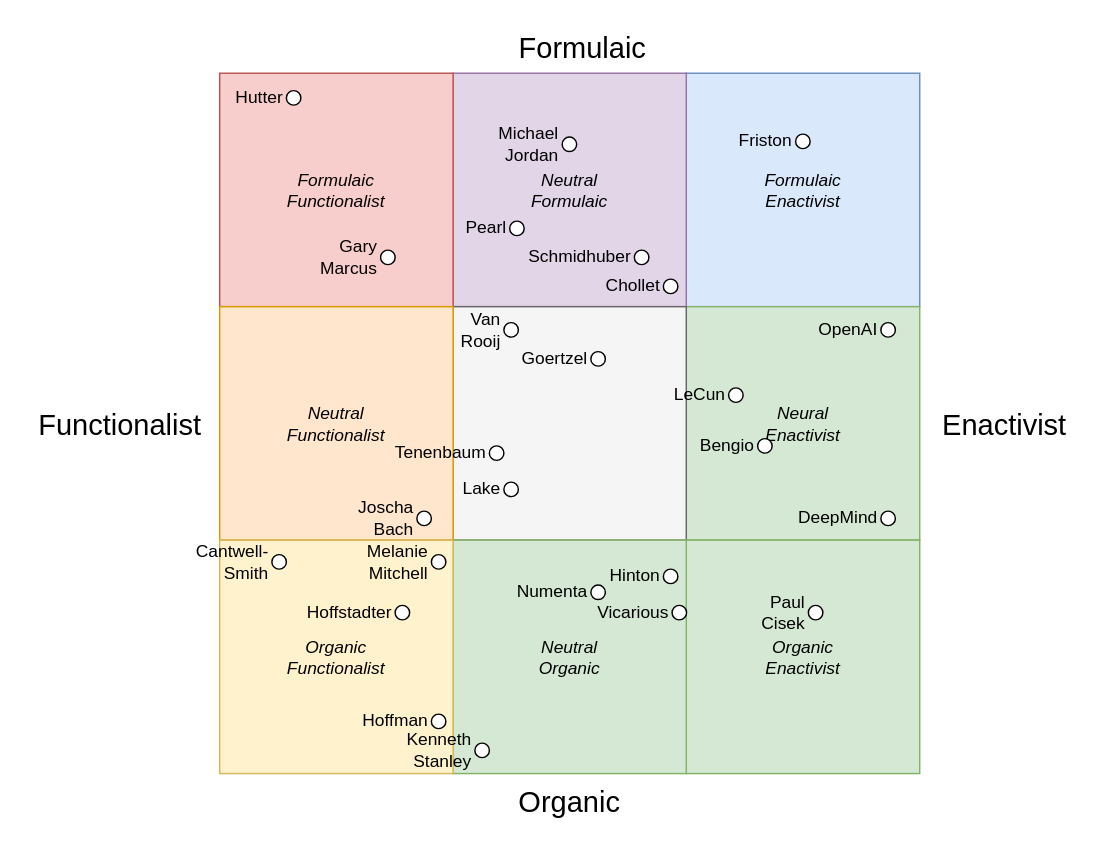
Before: agenda_lawful.drawio in codeaudit/1, a draw.io diagram. Source tidied: cells renumbered, new cells numbered last; positions are measured from the earlier drawing's top-left corner, leaving out a move shared by most shapes. Both pictures are drawn from the tidied source at 145%, with x=0, y=0 at pixel (25, 25).
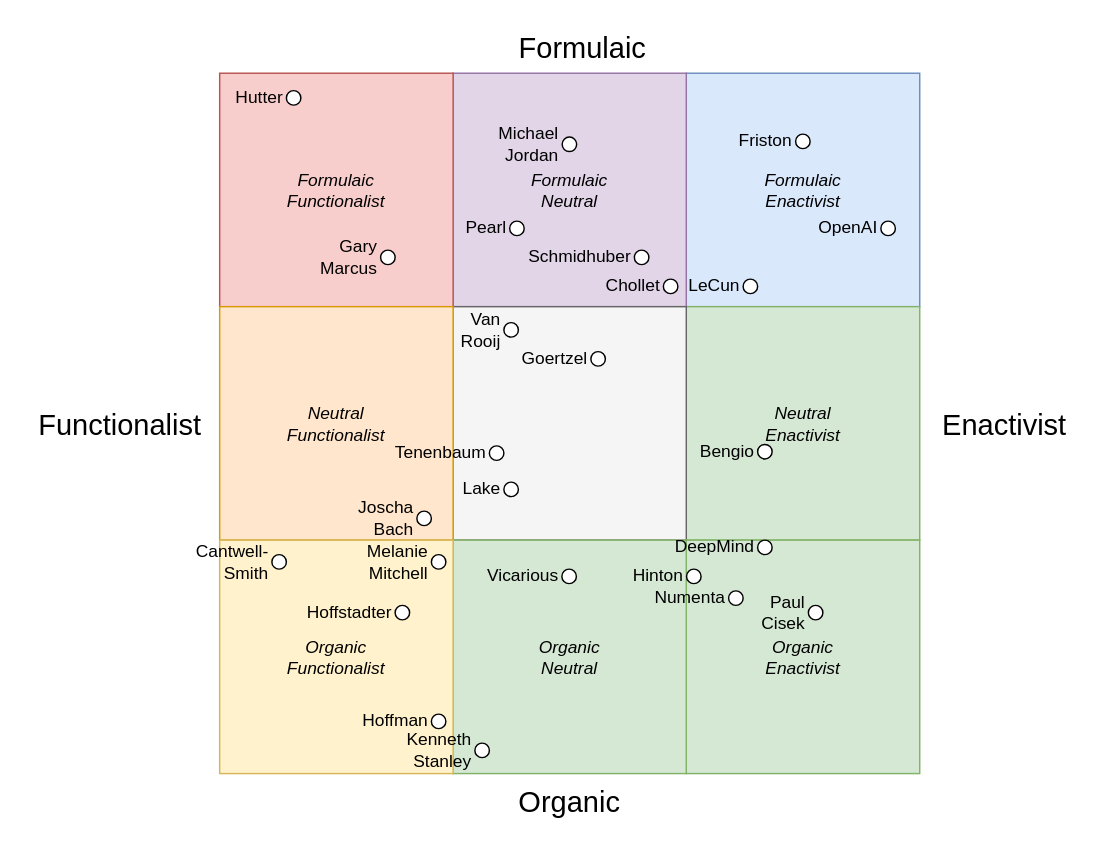
After the change.

Change to the diagram source:
```diff
@@
-    <mxCell id="3" value="Neutral&lt;br&gt;Formulaic" style="whiteSpace=wrap;html=1;fillColor=#e1d5e7;strokeColor=#9673a6;labelPosition=center;verticalLabelPosition=middle;align=center;verticalAlign=middle;fontStyle=2;" parent="1" vertex="1">
+    <mxCell id="3" value="Formulaic&lt;br&gt;Neutral" style="whiteSpace=wrap;html=1;fillColor=#e1d5e7;strokeColor=#9673a6;labelPosition=center;verticalLabelPosition=middle;align=center;verticalAlign=middle;fontStyle=2;" parent="1" vertex="1">
       <mxGeometry x="294.8" y="33" width="161" height="161" as="geometry" />
     </mxCell>
@@
-    <mxCell id="5" value="Neural&lt;br&gt;Enactivist" style="whiteSpace=wrap;html=1;fillColor=#d5e8d4;strokeColor=#82b366;fontStyle=2;" parent="1" vertex="1">
+    <mxCell id="5" value="Neutral&lt;br&gt;Enactivist" style="whiteSpace=wrap;html=1;fillColor=#d5e8d4;strokeColor=#82b366;fontStyle=2;" parent="1" vertex="1">
       <mxGeometry x="455.8" y="194" width="161" height="161" as="geometry" />
     </mxCell>
@@
-    <mxCell id="9" value="Neutral&lt;br&gt;Organic" style="whiteSpace=wrap;html=1;fillColor=#d5e8d4;strokeColor=#82b366;fontStyle=2;" parent="1" vertex="1">
+    <mxCell id="9" value="Organic&lt;br&gt;Neutral&lt;br&gt;" style="whiteSpace=wrap;html=1;fillColor=#d5e8d4;strokeColor=#82b366;fontStyle=2;" parent="1" vertex="1">
       <mxGeometry x="294.8" y="355" width="161" height="161" as="geometry" />
     </mxCell>
@@
     <mxCell id="16" value="Numenta" style="ellipse;whiteSpace=wrap;html=1;fontSize=12;labelPosition=left;verticalLabelPosition=middle;align=right;verticalAlign=middle;" parent="1" vertex="1">
-      <mxGeometry x="390" y="386" width="10" height="10" as="geometry" />
+      <mxGeometry x="485" y="390" width="10" height="10" as="geometry" />
     </mxCell>
@@
     <mxCell id="18" value="LeCun" style="ellipse;whiteSpace=wrap;html=1;fontSize=12;labelPosition=left;verticalLabelPosition=middle;align=right;verticalAlign=middle;" parent="1" vertex="1">
-      <mxGeometry x="485" y="250" width="10" height="10" as="geometry" />
+      <mxGeometry x="495" y="175" width="10" height="10" as="geometry" />
     </mxCell>
     <mxCell id="19" value="Hinton" style="ellipse;whiteSpace=wrap;html=1;fontSize=12;labelPosition=left;verticalLabelPosition=middle;align=right;verticalAlign=middle;" parent="1" vertex="1">
-      <mxGeometry x="440" y="375" width="10" height="10" as="geometry" />
+      <mxGeometry x="456" y="375" width="10" height="10" as="geometry" />
     </mxCell>
     <mxCell id="20" value="Bengio" style="ellipse;whiteSpace=wrap;html=1;fontSize=12;labelPosition=left;verticalLabelPosition=middle;align=right;verticalAlign=middle;" parent="1" vertex="1">
-      <mxGeometry x="505" y="285" width="10" height="10" as="geometry" />
+      <mxGeometry x="505" y="289" width="10" height="10" as="geometry" />
     </mxCell>
@@
     <mxCell id="29" value="OpenAI" style="ellipse;whiteSpace=wrap;html=1;fontSize=12;labelPosition=left;verticalLabelPosition=middle;align=right;verticalAlign=middle;" parent="1" vertex="1">
-      <mxGeometry x="590" y="205" width="10" height="10" as="geometry" />
+      <mxGeometry x="590" y="135" width="10" height="10" as="geometry" />
     </mxCell>
     <mxCell id="30" value="DeepMind" style="ellipse;whiteSpace=wrap;html=1;fontSize=12;labelPosition=left;verticalLabelPosition=middle;align=right;verticalAlign=middle;" parent="1" vertex="1">
-      <mxGeometry x="590" y="335" width="10" height="10" as="geometry" />
+      <mxGeometry x="505" y="355" width="10" height="10" as="geometry" />
     </mxCell>
@@
     <mxCell id="36" value="Vicarious" style="ellipse;whiteSpace=wrap;html=1;fontSize=12;labelPosition=left;verticalLabelPosition=middle;align=right;verticalAlign=middle;" parent="1" vertex="1">
-      <mxGeometry x="446" y="400" width="10" height="10" as="geometry" />
+      <mxGeometry x="370" y="375" width="10" height="10" as="geometry" />
     </mxCell>
```
